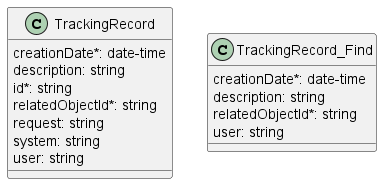
Before: documentation/serviceApi/pm/performance/media/trackingRecordModel.png, a diagram exported from PlantUML (MEF-GIT/MEF-LSO-Interlude-SDK). Its diagram source:
```plantuml
@startuml trackingRecordModel

class TrackingRecord {

    creationDate*: date-time
    description: string
    id*: string
    relatedObjectId*: string
    request: string
    system: string
    user: string
}

class TrackingRecord_Find {

    creationDate*: date-time
    description: string
    relatedObjectId*: string
    user: string
}

@enduml
```
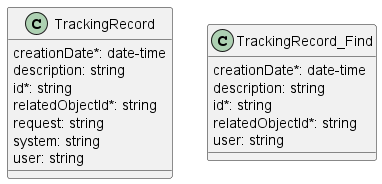
After the commit.

Diff of the diagram source:
```diff
@@ -15,6 +15,7 @@
 
     creationDate*: date-time
     description: string
+    id*: string
     relatedObjectId*: string
     user: string
 }
```
